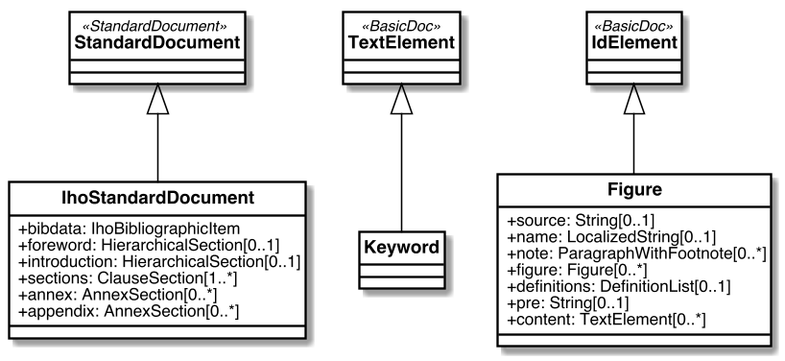
Before: iho/images/IhoStandardDocument.png, a diagram exported from PlantUML (metanorma/standoc-models).
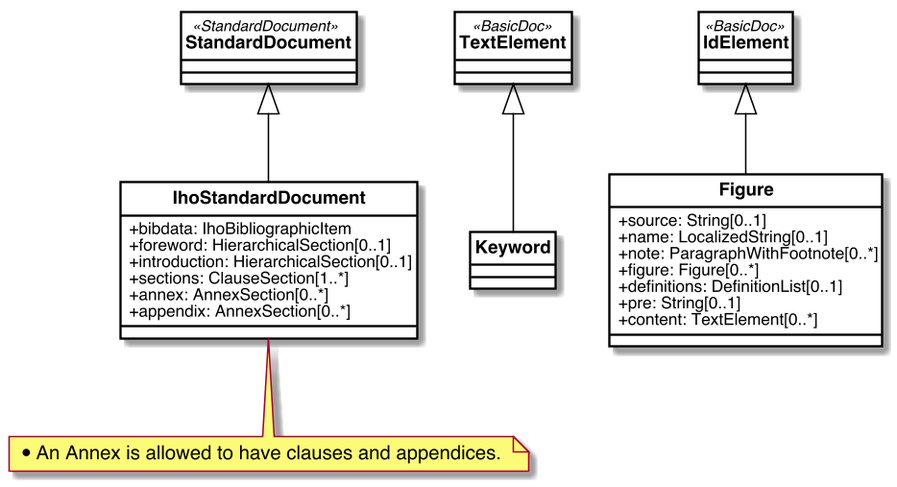
Above is the later version.

Commit message:
Update to accomodate IHO S-52/S-57

The edit, as a diff of the source:
```diff
@@ -74,6 +74,7 @@
 }
 
 
+note bottom of IhoStandardDocument: * An Annex is allowed to have clauses and appendices.
 
 
 StandardDocument <|-- IhoStandardDocument
```
